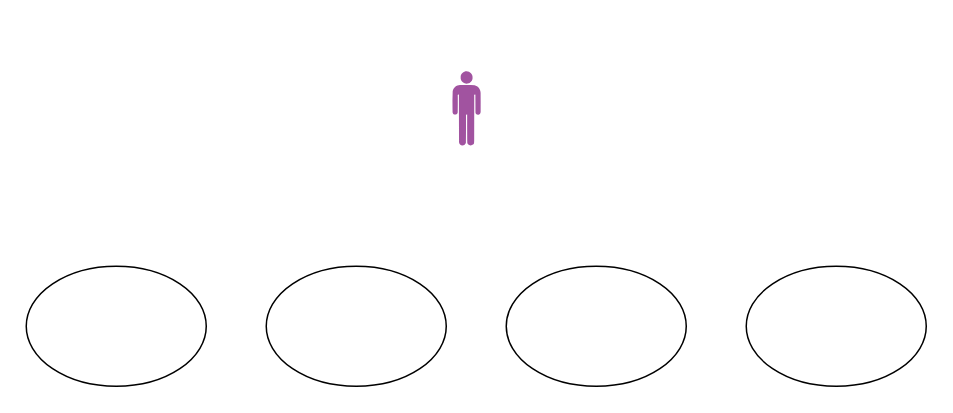
Above: Diagramm.drawio in iliasaw/Test (draw.io), before the change. Source tidied: cells renumbered, new cells numbered last; positions are measured from the earlier drawing's top-left corner, leaving out a move shared by most shapes. Both pictures are drawn from the tidied source at 150%, with x=0, y=0 at pixel (26, 70).
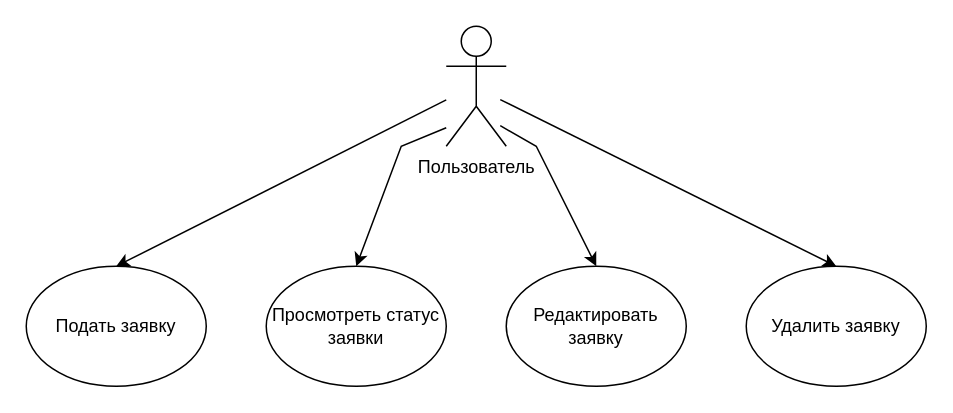
The same page after the edit.

What changed in the source:
```diff
@@
 <mxGraphModel>
   <root>
     <mxCell id="0" />
     <mxCell id="1" parent="0" />
-    <mxCell id="2" style="verticalLabelPosition=bottom;sketch=0;html=1;fillColor=#A153A0;verticalAlign=top;align=center;shape=mxgraph.cisco_safe.design.actor_2;" parent="1" vertex="1">
-      <mxGeometry x="284" width="19" height="50" as="geometry" />
-    </mxCell>
-    <mxCell id="3" style="ellipse;whiteSpace=wrap;html=1;labelBackgroundColor=none;" parent="1" vertex="1">
+    <mxCell id="3" value="Подать заявку" style="ellipse;whiteSpace=wrap;html=1;labelBackgroundColor=none;shadow=0;" parent="1" vertex="1">
       <mxGeometry y="130" width="120" height="80" as="geometry" />
     </mxCell>
+    <mxCell id="7" style="edgeStyle=none;rounded=0;jettySize=auto;html=1;entryX=0.5;entryY=0;entryDx=0;entryDy=0;" parent="1" edge="1" target="3">
+      <mxGeometry relative="1" as="geometry">
+        <mxPoint x="280" y="19.1" as="sourcePoint" />
+      </mxGeometry>
+    </mxCell>
+    <mxCell id="8" style="edgeStyle=none;rounded=0;jettySize=auto;html=1;" parent="1" edge="1" target="5">
+      <mxGeometry relative="1" as="geometry">
+        <mxPoint x="316" y="36.3" as="sourcePoint" />
+        <Array as="points">
+          <mxPoint x="340" y="50" />
+          <mxPoint x="380" y="130" />
+        </Array>
+      </mxGeometry>
+    </mxCell>
+    <mxCell id="9" style="edgeStyle=none;rounded=0;jettySize=auto;html=1;entryX=0.5;entryY=0;entryDx=0;entryDy=0;" parent="1" edge="1" target="4">
+      <mxGeometry relative="1" as="geometry">
+        <mxPoint x="280" y="37.7" as="sourcePoint" />
+        <Array as="points">
+          <mxPoint x="250" y="50" />
+        </Array>
+      </mxGeometry>
+    </mxCell>
+    <mxCell id="10" style="edgeStyle=none;rounded=0;jettySize=auto;html=1;entryX=0.5;entryY=0;entryDx=0;entryDy=0;" parent="1" edge="1" target="6">
+      <mxGeometry relative="1" as="geometry">
+        <mxPoint x="316" y="18.9" as="sourcePoint" />
+      </mxGeometry>
+    </mxCell>
-    <mxCell id="4" style="ellipse;whiteSpace=wrap;html=1;" parent="1" vertex="1">
+    <mxCell id="4" value="Просмотреть статус заявки" style="ellipse;whiteSpace=wrap;html=1;" parent="1" vertex="1">
       <mxGeometry x="160" y="130" width="120" height="80" as="geometry" />
     </mxCell>
-    <mxCell id="5" style="ellipse;whiteSpace=wrap;html=1;" parent="1" vertex="1">
+    <mxCell id="5" value="Редактировать заявку" style="ellipse;whiteSpace=wrap;html=1;" parent="1" vertex="1">
       <mxGeometry x="320" y="130" width="120" height="80" as="geometry" />
     </mxCell>
-    <mxCell id="6" style="ellipse;whiteSpace=wrap;html=1;" parent="1" vertex="1">
+    <mxCell id="6" value="Удалить заявку" style="ellipse;whiteSpace=wrap;html=1;" parent="1" vertex="1">
       <mxGeometry x="480" y="130" width="120" height="80" as="geometry" />
     </mxCell>
+    <mxCell id="11" value="Пользователь" style="shape=umlActor;verticalLabelPosition=bottom;verticalAlign=top;html=1;" parent="1" vertex="1">
+      <mxGeometry x="280" y="-30" width="40" height="80" as="geometry" />
+    </mxCell>
   </root>
 </mxGraphModel>
```
